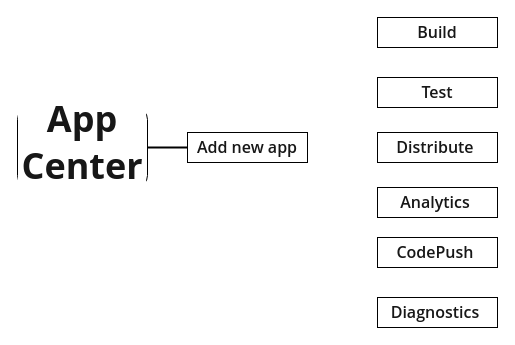
BODYsuperman/MyFlowcharts keeps this draw.io diagram as MyFlowChart1.drawio. Above is the earlier version. Source tidied: cells renumbered, new cells numbered last; positions are measured from the earlier drawing's top-left corner, leaving out a move shared by most shapes. Both pictures are drawn from the tidied source at 100%, with x=0, y=0 at pixel (17, 17).
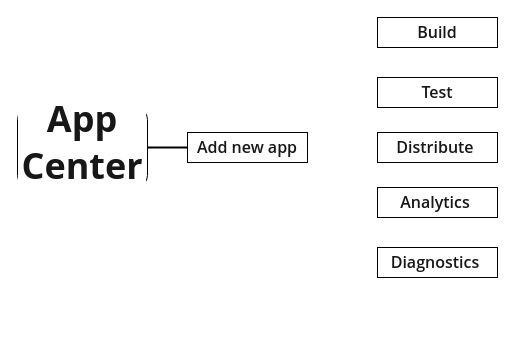
The same diagram, later.

The edit, as a diff of the source:
```diff
@@
 <mxGraphModel background="#ffffff">
   <root>
     <mxCell id="0" />
     <mxCell id="1" parent="0" />
     <mxCell id="2" value="&lt;h1 id=&quot;app-center-quickstart&quot; style=&quot;box-sizing: inherit ; font-size: 2.25rem ; margin: -10px 0px 0px ; padding: 0px ; outline-color: inherit ; line-height: 1.3 ; overflow-wrap: break-word ; word-break: break-word ; color: rgb(23 , 23 , 23) ; font-family: &amp;#34;segoe ui&amp;#34; , &amp;#34;segoeui&amp;#34; , &amp;#34;helvetica neue&amp;#34; , &amp;#34;helvetica&amp;#34; , &amp;#34;arial&amp;#34; , sans-serif ; background-color: rgb(255 , 255 , 255)&quot;&gt;App Center&lt;/h1&gt;" style="rounded=1;whiteSpace=wrap;html=1;" parent="1" vertex="1">
       <mxGeometry y="90" width="130" height="80" as="geometry" />
     </mxCell>
     <mxCell id="3" value="&lt;span style=&quot;box-sizing: inherit ; font-weight: 600 ; outline-color: inherit ; color: rgb(23 , 23 , 23) ; font-family: &amp;#34;segoe ui&amp;#34; , &amp;#34;segoeui&amp;#34; , &amp;#34;helvetica neue&amp;#34; , &amp;#34;helvetica&amp;#34; , &amp;#34;arial&amp;#34; , sans-serif ; font-size: 16px ; text-align: left ; background-color: rgb(255 , 255 , 255)&quot;&gt;Add new app&lt;br&gt;&lt;/span&gt;" style="rounded=0;whiteSpace=wrap;html=1;" parent="1" vertex="1">
       <mxGeometry x="170" y="115" width="120" height="30" as="geometry" />
     </mxCell>
     <mxCell id="4" value="&lt;span style=&quot;box-sizing: inherit ; font-weight: 600 ; outline-color: inherit ; color: rgb(23 , 23 , 23) ; font-family: &amp;#34;segoe ui&amp;#34; , &amp;#34;segoeui&amp;#34; , &amp;#34;helvetica neue&amp;#34; , &amp;#34;helvetica&amp;#34; , &amp;#34;arial&amp;#34; , sans-serif ; font-size: 16px ; text-align: left ; background-color: rgb(255 , 255 , 255)&quot;&gt;Build&lt;br&gt;&lt;/span&gt;" style="rounded=0;whiteSpace=wrap;html=1;" parent="1" vertex="1">
       <mxGeometry x="360" width="120" height="30" as="geometry" />
     </mxCell>
     <mxCell id="5" style="line;strokeWidth=2;html=1;" parent="1" vertex="1">
       <mxGeometry x="130" y="115" width="40" height="30" as="geometry" />
     </mxCell>
     <mxCell id="6" value="&lt;span style=&quot;box-sizing: inherit ; font-weight: 600 ; outline-color: inherit ; color: rgb(23 , 23 , 23) ; font-family: &amp;#34;segoe ui&amp;#34; , &amp;#34;segoeui&amp;#34; , &amp;#34;helvetica neue&amp;#34; , &amp;#34;helvetica&amp;#34; , &amp;#34;arial&amp;#34; , sans-serif ; font-size: 16px ; text-align: left ; background-color: rgb(255 , 255 , 255)&quot;&gt;&lt;br&gt;Test&lt;br&gt;&lt;br&gt;&lt;/span&gt;" style="rounded=0;whiteSpace=wrap;html=1;" parent="1" vertex="1">
       <mxGeometry x="360" y="60" width="120" height="30" as="geometry" />
     </mxCell>
     <mxCell id="7" value="&lt;span style=&quot;box-sizing: inherit ; font-weight: 600 ; outline-color: inherit ; color: rgb(23 , 23 , 23) ; font-family: &amp;#34;segoe ui&amp;#34; , &amp;#34;segoeui&amp;#34; , &amp;#34;helvetica neue&amp;#34; , &amp;#34;helvetica&amp;#34; , &amp;#34;arial&amp;#34; , sans-serif ; font-size: 16px ; text-align: left ; background-color: rgb(255 , 255 , 255)&quot;&gt;&lt;br&gt;Distribute&lt;/span&gt;&lt;span style=&quot;color: rgb(23 , 23 , 23) ; font-family: &amp;#34;segoe ui&amp;#34; , &amp;#34;segoeui&amp;#34; , &amp;#34;helvetica neue&amp;#34; , &amp;#34;helvetica&amp;#34; , &amp;#34;arial&amp;#34; , sans-serif ; font-size: 16px ; text-align: left ; background-color: rgb(255 , 255 , 255)&quot;&gt;&amp;nbsp;&lt;br&gt;&lt;br&gt;&lt;/span&gt;" style="rounded=0;whiteSpace=wrap;html=1;" parent="1" vertex="1">
       <mxGeometry x="360" y="115" width="120" height="30" as="geometry" />
     </mxCell>
     <mxCell id="8" value="&lt;span style=&quot;box-sizing: inherit ; font-weight: 600 ; outline-color: inherit ; color: rgb(23 , 23 , 23) ; font-family: &amp;#34;segoe ui&amp;#34; , &amp;#34;segoeui&amp;#34; , &amp;#34;helvetica neue&amp;#34; , &amp;#34;helvetica&amp;#34; , &amp;#34;arial&amp;#34; , sans-serif ; font-size: 16px ; text-align: left ; background-color: rgb(255 , 255 , 255)&quot;&gt;Analytics&lt;/span&gt;&lt;span style=&quot;color: rgb(23 , 23 , 23) ; font-family: &amp;#34;segoe ui&amp;#34; , &amp;#34;segoeui&amp;#34; , &amp;#34;helvetica neue&amp;#34; , &amp;#34;helvetica&amp;#34; , &amp;#34;arial&amp;#34; , sans-serif ; font-size: 16px ; text-align: left ; background-color: rgb(255 , 255 , 255)&quot;&gt;&amp;nbsp;&lt;/span&gt;" style="rounded=0;whiteSpace=wrap;html=1;" parent="1" vertex="1">
       <mxGeometry x="360" y="170" width="120" height="30" as="geometry" />
     </mxCell>
-    <mxCell id="9" value="&lt;span style=&quot;box-sizing: inherit ; font-weight: 600 ; outline-color: inherit ; color: rgb(23 , 23 , 23) ; font-family: &amp;#34;segoe ui&amp;#34; , &amp;#34;segoeui&amp;#34; , &amp;#34;helvetica neue&amp;#34; , &amp;#34;helvetica&amp;#34; , &amp;#34;arial&amp;#34; , sans-serif ; font-size: 16px ; text-align: left ; background-color: rgb(255 , 255 , 255)&quot;&gt;CodePush&lt;/span&gt;&lt;span style=&quot;color: rgb(23 , 23 , 23) ; font-family: &amp;#34;segoe ui&amp;#34; , &amp;#34;segoeui&amp;#34; , &amp;#34;helvetica neue&amp;#34; , &amp;#34;helvetica&amp;#34; , &amp;#34;arial&amp;#34; , sans-serif ; font-size: 16px ; text-align: left ; background-color: rgb(255 , 255 , 255)&quot;&gt;&amp;nbsp;&lt;br&gt;&lt;/span&gt;" style="rounded=0;whiteSpace=wrap;html=1;" parent="1" vertex="1">
-      <mxGeometry x="360" y="220" width="120" height="30" as="geometry" />
-    </mxCell>
     <mxCell id="10" value="&lt;span style=&quot;box-sizing: inherit ; font-weight: 600 ; outline-color: inherit ; color: rgb(23 , 23 , 23) ; font-family: &amp;#34;segoe ui&amp;#34; , &amp;#34;segoeui&amp;#34; , &amp;#34;helvetica neue&amp;#34; , &amp;#34;helvetica&amp;#34; , &amp;#34;arial&amp;#34; , sans-serif ; font-size: 16px ; text-align: left ; background-color: rgb(255 , 255 , 255)&quot;&gt;Diagnostics&lt;/span&gt;&lt;span style=&quot;color: rgb(23 , 23 , 23) ; font-family: &amp;#34;segoe ui&amp;#34; , &amp;#34;segoeui&amp;#34; , &amp;#34;helvetica neue&amp;#34; , &amp;#34;helvetica&amp;#34; , &amp;#34;arial&amp;#34; , sans-serif ; font-size: 16px ; text-align: left ; background-color: rgb(255 , 255 , 255)&quot;&gt;&amp;nbsp;&lt;/span&gt;" style="rounded=0;whiteSpace=wrap;html=1;" parent="1" vertex="1">
-      <mxGeometry x="360" y="280" width="120" height="30" as="geometry" />
+      <mxGeometry x="360" y="230" width="120" height="30" as="geometry" />
     </mxCell>
   </root>
 </mxGraphModel>
```
